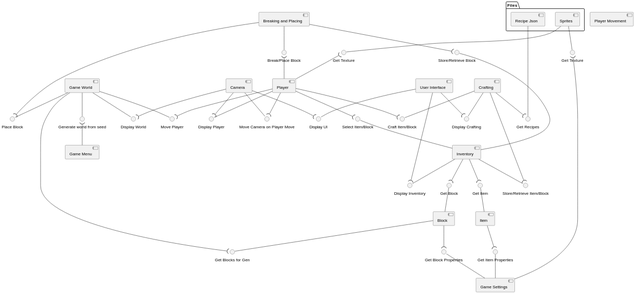
Before: Diagrams/ComponentDiagram.svg, a diagram exported from PlantUML (2333263/ScrumDogMillionaires).
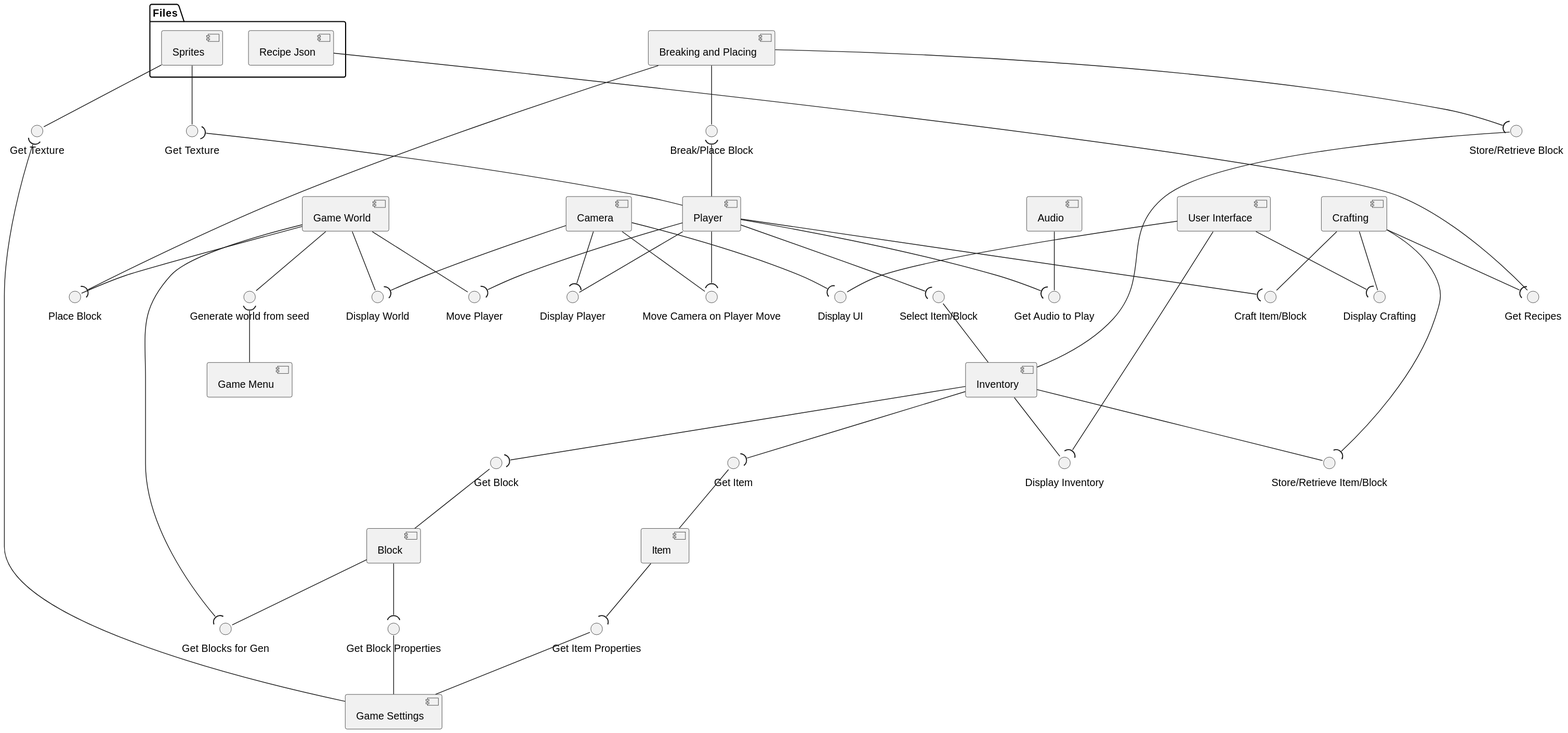
After the commit.

Commit message:
Updated Component Diagram

Diff of the diagram source:
```diff
@@ -6,12 +6,12 @@
 [Item]
 [Breaking and Placing]
 [Player]
-[Player Movement]
 [Camera]
 [Game World]
 [Inventory]
 [User Interface]
 [Game Menu]
+[Audio]
 folder "Files"{
     [Sprites]
     [Recipe Json]
@@ -101,6 +101,8 @@
 [Camera] -- MovePlayerCamera
 [Player] --( MovePlayerCamera
 
-
+() "Get Audio to Play" as playAudio
+[Audio] -- playAudio
+[Player] --( playAudio
 
 @enduml
```
